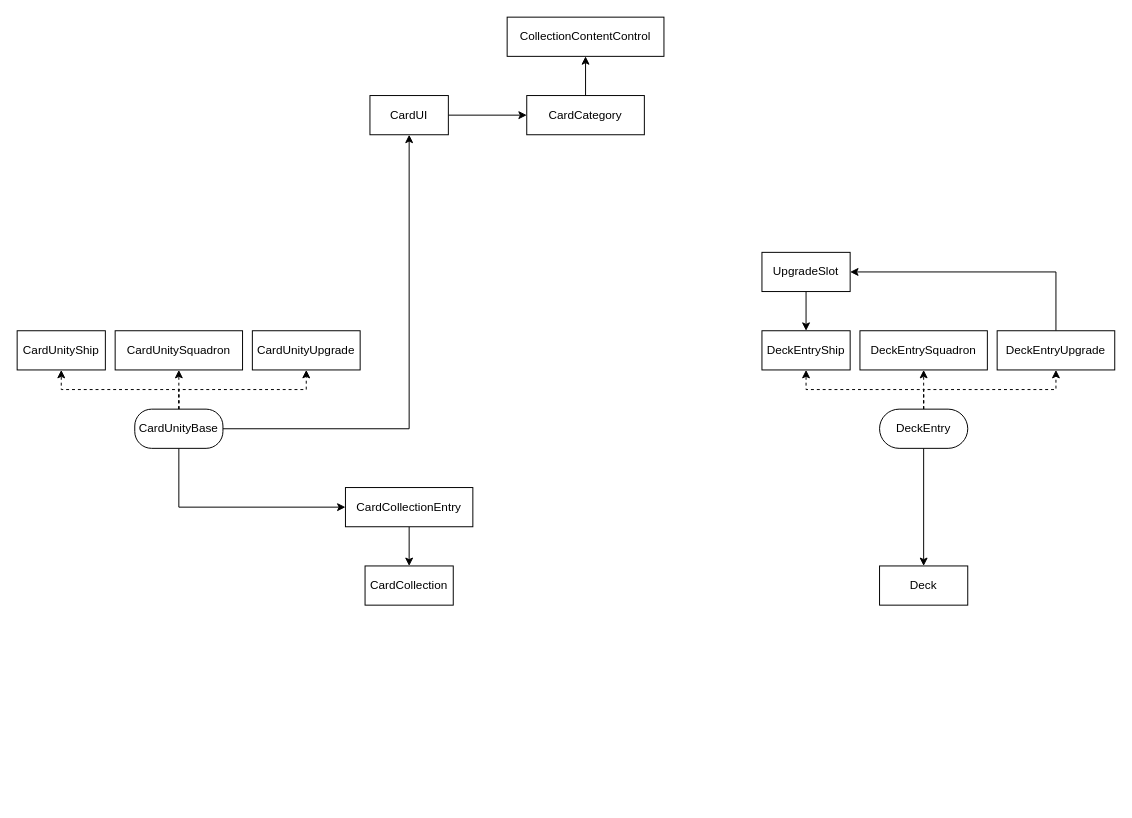
Earlier version of the draw.io diagram Assets/SW_Armada_builder_diagram.drawio (PaulIndrome/SW_Armada_Fleetbuilder). Source tidied: cells renumbered, new cells numbered last; positions are measured from the earlier drawing's top-left corner, leaving out a move shared by most shapes. Both pictures are drawn from the tidied source at 98%, with x=0, y=0 at pixel (17, 17).
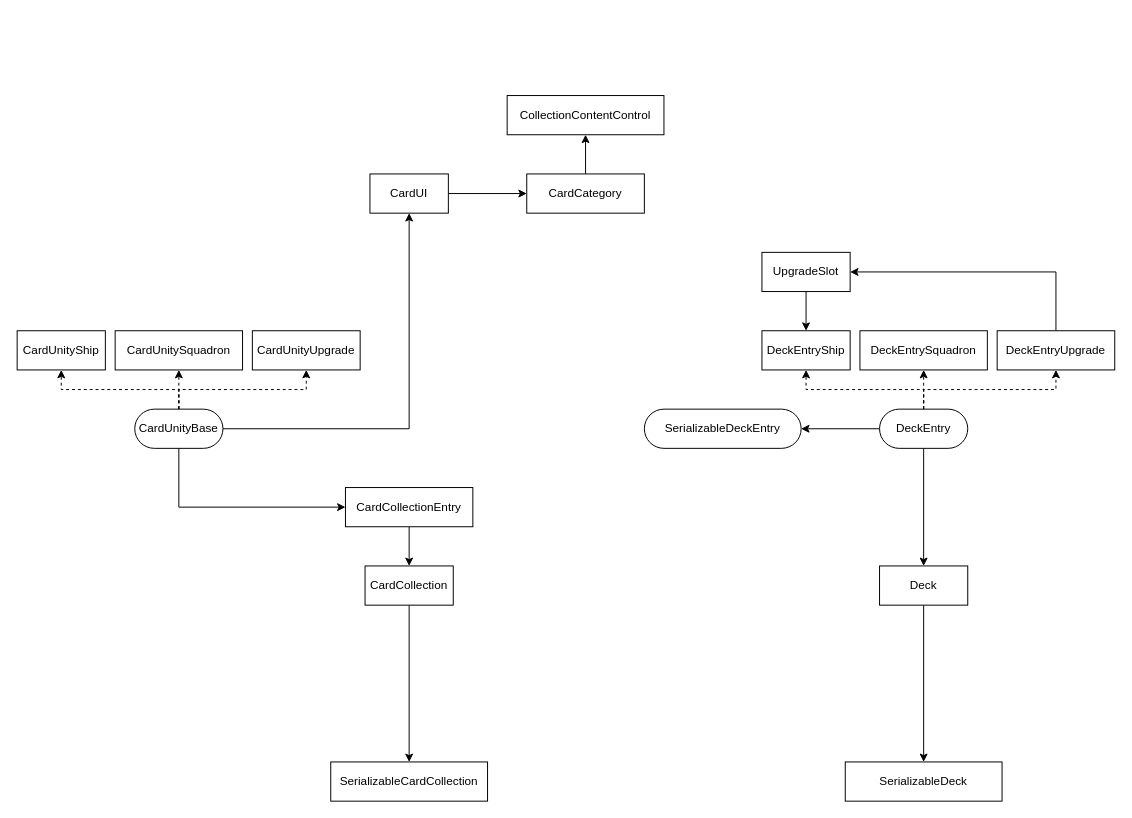
The same diagram, later.

The change refers to these unchanged cells:
```xml
<mxCell id="13" value="CardCollection" style="rounded=0;whiteSpace=wrap;html=1;" parent="1" vertex="1">
  <mxGeometry x="355" y="560" width="90" height="40" as="geometry" />
</mxCell>
<mxCell id="16" value="Deck" style="rounded=0;whiteSpace=wrap;html=1;arcSize=48;" parent="1" vertex="1">
  <mxGeometry x="880" y="560" width="90" height="40" as="geometry" />
</mxCell>
<mxCell id="21" value="DeckEntry" style="rounded=1;whiteSpace=wrap;html=1;arcSize=50;" parent="1" vertex="1">
  <mxGeometry x="880" y="400" width="90" height="40" as="geometry" />
</mxCell>
```

Diff of the diagram source:
```diff
@@
-    <mxCell id="7" value="CardUnityBase" style="rounded=1;whiteSpace=wrap;html=1;arcSize=43;" parent="1" vertex="1">
+    <mxCell id="7" value="CardUnityBase" style="rounded=1;whiteSpace=wrap;html=1;arcSize=50;" parent="1" vertex="1">
       <mxGeometry x="120" y="400" width="90" height="40" as="geometry" />
     </mxCell>
@@
     <mxCell id="12" value="CardUI" style="rounded=0;whiteSpace=wrap;html=1;" parent="1" vertex="1">
-      <mxGeometry x="360" y="80" width="80" height="40" as="geometry" />
+      <mxGeometry x="360" y="160" width="80" height="40" as="geometry" />
     </mxCell>
+    <mxCell id="31" style="edgeStyle=orthogonalEdgeStyle;rounded=0;jettySize=auto;html=1;" parent="1" edge="1" source="13" target="32">
+      <mxGeometry relative="1" as="geometry" />
+    </mxCell>
@@
+    <mxCell id="32" value="SerializableCardCollection" style="rounded=0;whiteSpace=wrap;html=1;" parent="1" vertex="1">
+      <mxGeometry x="320" y="760" width="160" height="40" as="geometry" />
+    </mxCell>
@@
+    <mxCell id="33" style="edgeStyle=orthogonalEdgeStyle;rounded=0;jettySize=auto;html=1;" parent="1" edge="1" source="16" target="35">
+      <mxGeometry relative="1" as="geometry" />
+    </mxCell>
@@
+    <mxCell id="34" style="edgeStyle=orthogonalEdgeStyle;rounded=0;jettySize=auto;html=1;" parent="1" edge="1" source="21" target="36">
+      <mxGeometry relative="1" as="geometry" />
+    </mxCell>
@@
     <mxCell id="29" value="CardCategory" style="rounded=0;whiteSpace=wrap;html=1;" parent="1" vertex="1">
-      <mxGeometry x="520" y="80" width="120" height="40" as="geometry" />
+      <mxGeometry x="520" y="160" width="120" height="40" as="geometry" />
     </mxCell>
     <mxCell id="30" value="CollectionContentControl" style="rounded=0;whiteSpace=wrap;html=1;" parent="1" vertex="1">
-      <mxGeometry x="500" width="160" height="40" as="geometry" />
+      <mxGeometry x="500" y="80" width="160" height="40" as="geometry" />
     </mxCell>
+    <mxCell id="35" value="SerializableDeck" style="rounded=0;whiteSpace=wrap;html=1;" parent="1" vertex="1">
+      <mxGeometry x="845" y="760" width="160" height="40" as="geometry" />
+    </mxCell>
+    <mxCell id="36" value="SerializableDeckEntry" style="rounded=1;whiteSpace=wrap;html=1;arcSize=50;" parent="1" vertex="1">
+      <mxGeometry x="640" y="400" width="160" height="40" as="geometry" />
+    </mxCell>
```
